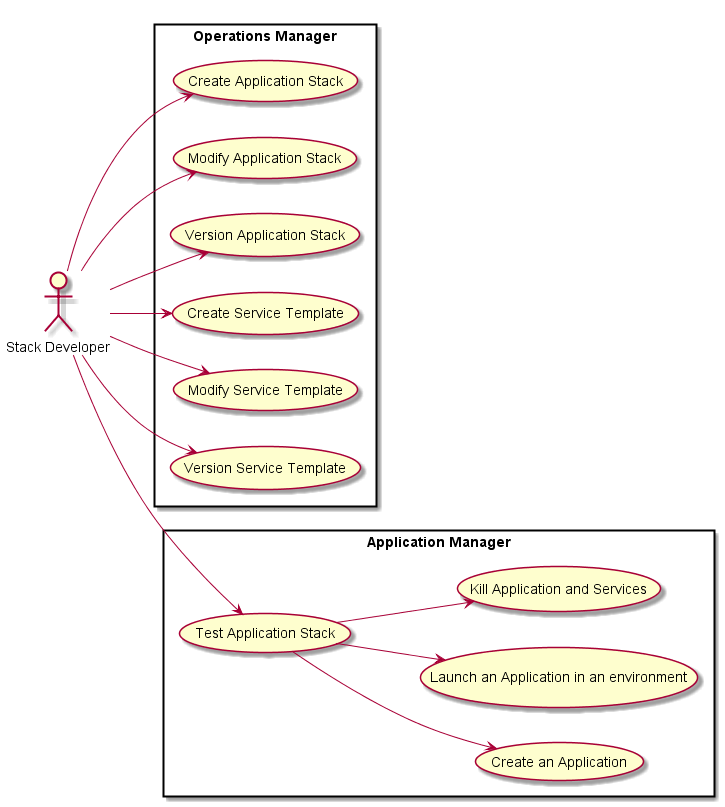
The PlantUML diagram design/Actors/StackDeveloper/UseCases.png in CAADE/C3, before a commit.
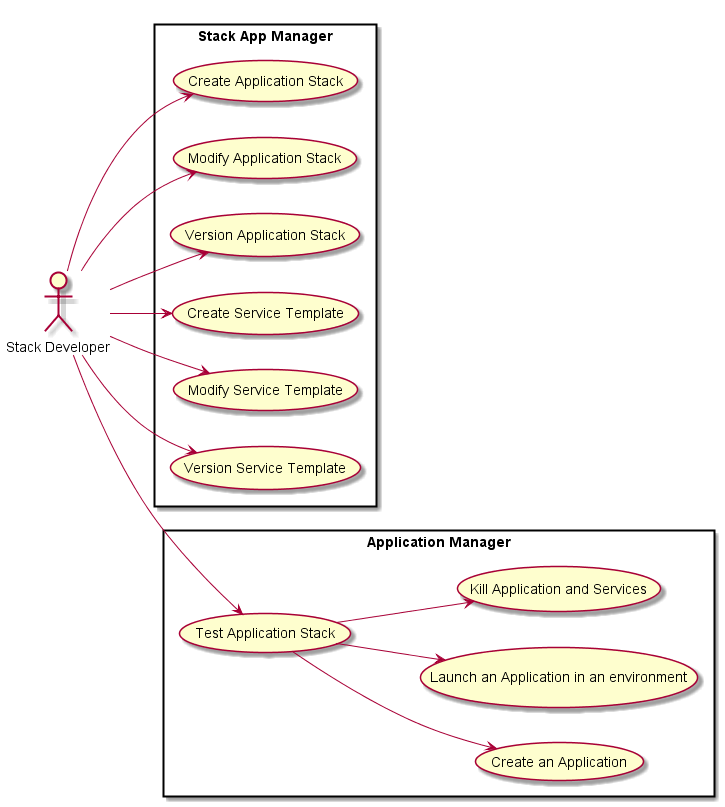
After the change.

The edit, as a diff of the source:
```diff
@@ -4,7 +4,7 @@
 :Stack Developer: as Admin
 
 
-rectangle "Operations Manager" {
+rectangle "Stack App Manager" {
   Admin --> (Create Application Stack)
   Admin --> (Modify Application Stack)
   Admin --> (Version Application Stack)
```
